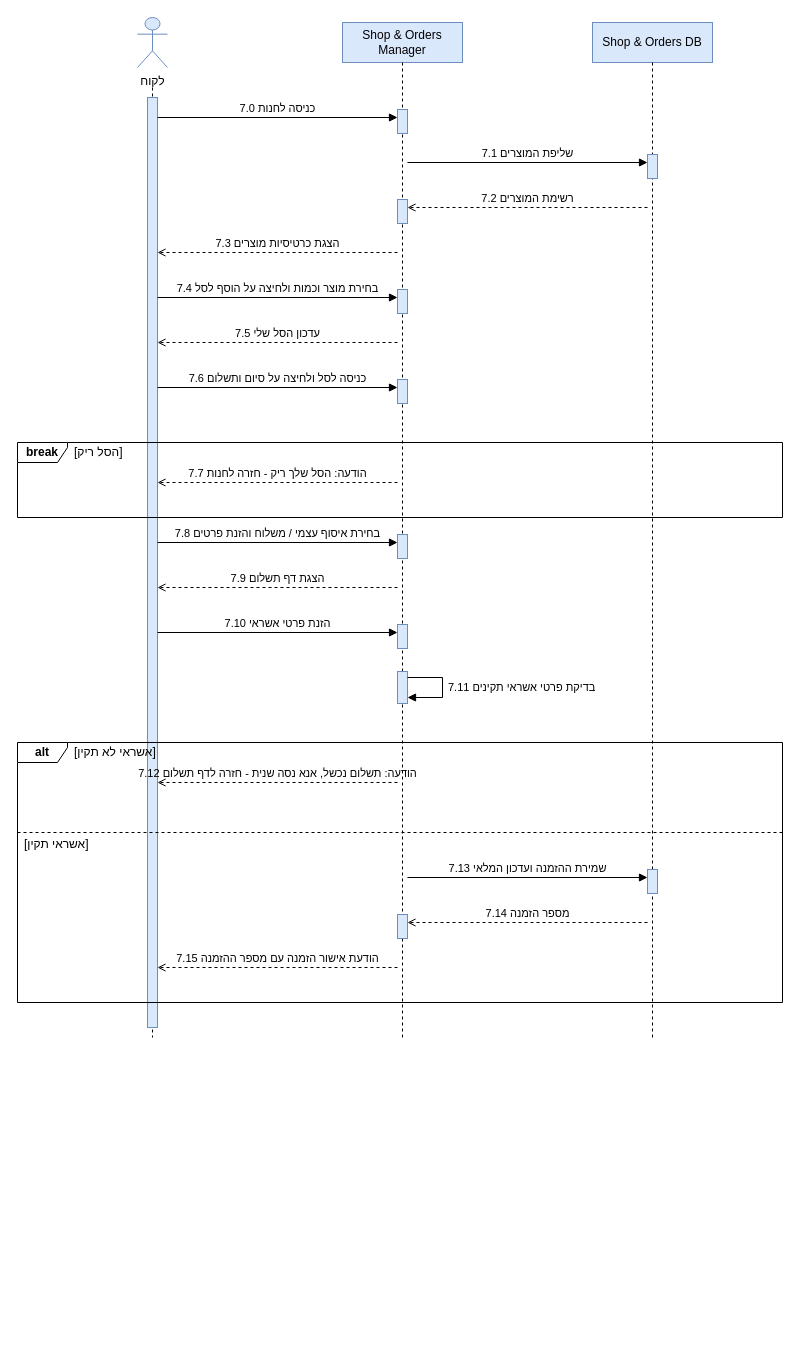
Earlier version of the draw.io diagram diagrams/SEQ-SUC-7.drawio (arielkaplan20/project_Golden_Hair_Salon). Source tidied: cells renumbered, new cells numbered last; positions are measured from the earlier drawing's top-left corner, leaving out a move shared by most shapes. Both pictures are drawn from the tidied source at 100%, with x=0, y=0 at pixel (17, 17).
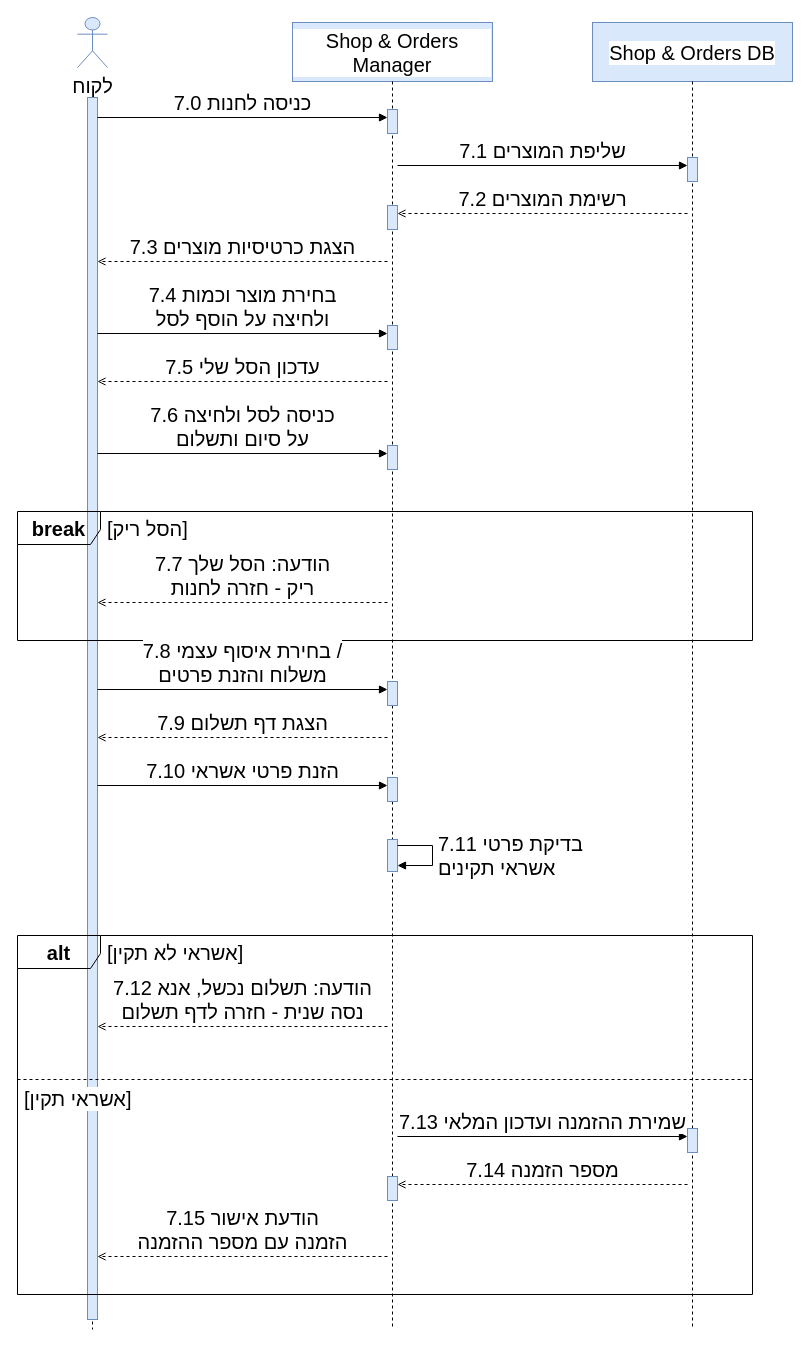
After the change.

Change to the diagram source:
```diff
@@
-    <mxCell id="2" value="לקוח" style="shape=umlActor;verticalLabelPosition=bottom;verticalAlign=top;html=1;fillColor=#dae8fc;strokeColor=#6c8ebf;" parent="1" vertex="1">
-      <mxGeometry x="120" width="30" height="50" as="geometry" />
+    <mxCell id="2" value="לקוח" style="shape=umlActor;verticalLabelPosition=bottom;verticalAlign=top;html=1;fillColor=#dae8fc;strokeColor=#6c8ebf;fontSize=20;labelBackgroundColor=#ffffff;" parent="1" vertex="1">
+      <mxGeometry x="60" width="30" height="50" as="geometry" />
     </mxCell>
-    <mxCell id="3" value="Shop &amp;amp; Orders Manager" style="rounded=0;whiteSpace=wrap;html=1;fillColor=#dae8fc;strokeColor=#6c8ebf;" parent="1" vertex="1">
-      <mxGeometry x="325" y="5" width="120" height="40" as="geometry" />
+    <mxCell id="3" value="Shop &amp;amp; Orders Manager" style="rounded=0;whiteSpace=wrap;html=1;fillColor=#dae8fc;strokeColor=#6c8ebf;fontSize=20;labelBackgroundColor=#ffffff;" parent="1" vertex="1">
+      <mxGeometry x="275" y="5" width="200" height="59" as="geometry" />
     </mxCell>
-    <mxCell id="4" value="Shop &amp;amp; Orders DB" style="rounded=0;whiteSpace=wrap;html=1;fillColor=#dae8fc;strokeColor=#6c8ebf;" parent="1" vertex="1">
-      <mxGeometry x="575" y="5" width="120" height="40" as="geometry" />
+    <mxCell id="4" value="Shop &amp;amp; Orders DB" style="rounded=0;whiteSpace=wrap;html=1;fillColor=#dae8fc;strokeColor=#6c8ebf;fontSize=20;labelBackgroundColor=#ffffff;" parent="1" vertex="1">
+      <mxGeometry x="575" y="5" width="200" height="59" as="geometry" />
     </mxCell>
     <mxCell id="5" style="endArrow=none;html=1;dashed=1;strokeColor=#000000;" parent="1" edge="1">
       <mxGeometry relative="1" as="geometry">
-        <mxPoint x="135" y="70" as="sourcePoint" />
-        <mxPoint x="135" y="1020" as="targetPoint" />
+        <mxPoint x="75" y="80" as="sourcePoint" />
+        <mxPoint x="75" y="1312" as="targetPoint" />
       </mxGeometry>
     </mxCell>
     <mxCell id="6" style="rounded=0;html=1;fillColor=#dae8fc;strokeColor=#6c8ebf;" parent="1" vertex="1">
-      <mxGeometry x="130" y="80" width="10" height="930" as="geometry" />
+      <mxGeometry x="70" y="80" width="10" height="1222" as="geometry" />
     </mxCell>
     <mxCell id="7" style="endArrow=none;html=1;dashed=1;strokeColor=#000000;" parent="1" edge="1">
       <mxGeometry relative="1" as="geometry">
-        <mxPoint x="385" y="45" as="sourcePoint" />
-        <mxPoint x="385" y="1020" as="targetPoint" />
+        <mxPoint x="375" y="64" as="sourcePoint" />
+        <mxPoint x="375" y="1312" as="targetPoint" />
       </mxGeometry>
     </mxCell>
     <mxCell id="8" style="endArrow=none;html=1;dashed=1;strokeColor=#000000;" parent="1" edge="1">
       <mxGeometry relative="1" as="geometry">
-        <mxPoint x="635" y="45" as="sourcePoint" />
-        <mxPoint x="635" y="1020" as="targetPoint" />
+        <mxPoint x="675" y="64" as="sourcePoint" />
+        <mxPoint x="675" y="1312" as="targetPoint" />
       </mxGeometry>
     </mxCell>
     <mxCell id="9" style="rounded=0;html=1;fillColor=#dae8fc;strokeColor=#6c8ebf;" parent="1" vertex="1">
-      <mxGeometry x="380" y="92" width="10" height="24" as="geometry" />
+      <mxGeometry x="370" y="92" width="10" height="24" as="geometry" />
     </mxCell>
     <mxCell id="10" style="rounded=0;html=1;fillColor=#dae8fc;strokeColor=#6c8ebf;" parent="1" vertex="1">
-      <mxGeometry x="630" y="137" width="10" height="24" as="geometry" />
+      <mxGeometry x="670" y="140" width="10" height="24" as="geometry" />
     </mxCell>
     <mxCell id="11" style="rounded=0;html=1;fillColor=#dae8fc;strokeColor=#6c8ebf;" parent="1" vertex="1">
-      <mxGeometry x="380" y="182" width="10" height="24" as="geometry" />
+      <mxGeometry x="370" y="188" width="10" height="24" as="geometry" />
     </mxCell>
     <mxCell id="12" style="rounded=0;html=1;fillColor=#dae8fc;strokeColor=#6c8ebf;" parent="1" vertex="1">
-      <mxGeometry x="380" y="272" width="10" height="24" as="geometry" />
+      <mxGeometry x="370" y="308" width="10" height="24" as="geometry" />
     </mxCell>
     <mxCell id="13" style="rounded=0;html=1;fillColor=#dae8fc;strokeColor=#6c8ebf;" parent="1" vertex="1">
-      <mxGeometry x="380" y="362" width="10" height="24" as="geometry" />
+      <mxGeometry x="370" y="428" width="10" height="24" as="geometry" />
     </mxCell>
     <mxCell id="14" style="rounded=0;html=1;fillColor=#dae8fc;strokeColor=#6c8ebf;" parent="1" vertex="1">
-      <mxGeometry x="380" y="517" width="10" height="24" as="geometry" />
+      <mxGeometry x="370" y="664" width="10" height="24" as="geometry" />
     </mxCell>
     <mxCell id="15" style="rounded=0;html=1;fillColor=#dae8fc;strokeColor=#6c8ebf;" parent="1" vertex="1">
-      <mxGeometry x="380" y="607" width="10" height="24" as="geometry" />
+      <mxGeometry x="370" y="760" width="10" height="24" as="geometry" />
     </mxCell>
     <mxCell id="16" style="rounded=0;html=1;fillColor=#dae8fc;strokeColor=#6c8ebf;" parent="1" vertex="1">
-      <mxGeometry x="380" y="654" width="10" height="32" as="geometry" />
+      <mxGeometry x="370" y="822" width="10" height="32" as="geometry" />
     </mxCell>
     <mxCell id="17" style="rounded=0;html=1;fillColor=#dae8fc;strokeColor=#6c8ebf;" parent="1" vertex="1">
-      <mxGeometry x="630" y="852" width="10" height="24" as="geometry" />
+      <mxGeometry x="670" y="1111" width="10" height="24" as="geometry" />
     </mxCell>
     <mxCell id="18" style="rounded=0;html=1;fillColor=#dae8fc;strokeColor=#6c8ebf;" parent="1" vertex="1">
-      <mxGeometry x="380" y="897" width="10" height="24" as="geometry" />
+      <mxGeometry x="370" y="1159" width="10" height="24" as="geometry" />
     </mxCell>
-    <mxCell id="19" value="&lt;b&gt;break&lt;/b&gt;" style="shape=umlFrame;whiteSpace=wrap;html=1;width=50;height=20;fillColor=none;" parent="1" vertex="1">
-      <mxGeometry y="425" width="765" height="75" as="geometry" />
+    <mxCell id="19" value="&lt;b&gt;break&lt;/b&gt;" style="shape=umlFrame;whiteSpace=wrap;html=1;width=83;height=33;fillColor=none;fontSize=20;labelBackgroundColor=#ffffff;" parent="1" vertex="1">
+      <mxGeometry y="494" width="735" height="129" as="geometry" />
     </mxCell>
-    <mxCell id="20" value="[הסל ריק]" style="text;html=1;align=left;verticalAlign=middle;whiteSpace=nowrap;fillColor=none;strokeColor=none;" parent="1" vertex="1">
-      <mxGeometry x="55" y="425" width="300" height="20" as="geometry" />
+    <mxCell id="20" value="&lt;span style='background:#ffffff'&gt;[הסל ריק]&lt;/span&gt;" style="text;html=1;align=left;verticalAlign=middle;whiteSpace=nowrap;fillColor=none;strokeColor=none;fontSize=20;labelBackgroundColor=#ffffff;" parent="1" vertex="1">
+      <mxGeometry x="88" y="494" width="400" height="33" as="geometry" />
     </mxCell>
-    <mxCell id="21" value="&lt;b&gt;alt&lt;/b&gt;" style="shape=umlFrame;whiteSpace=wrap;html=1;width=50;height=20;fillColor=none;" parent="1" vertex="1">
-      <mxGeometry y="725" width="765" height="260" as="geometry" />
+    <mxCell id="21" value="&lt;b&gt;alt&lt;/b&gt;" style="shape=umlFrame;whiteSpace=wrap;html=1;width=83;height=33;fillColor=none;fontSize=20;labelBackgroundColor=#ffffff;" parent="1" vertex="1">
+      <mxGeometry y="918" width="735" height="359" as="geometry" />
     </mxCell>
-    <mxCell id="22" value="[אשראי לא תקין]" style="text;html=1;align=left;verticalAlign=middle;whiteSpace=nowrap;fillColor=none;strokeColor=none;" parent="1" vertex="1">
-      <mxGeometry x="55" y="725" width="300" height="20" as="geometry" />
+    <mxCell id="22" value="&lt;span style='background:#ffffff'&gt;[אשראי לא תקין]&lt;/span&gt;" style="text;html=1;align=left;verticalAlign=middle;whiteSpace=nowrap;fillColor=none;strokeColor=none;fontSize=20;labelBackgroundColor=#ffffff;" parent="1" vertex="1">
+      <mxGeometry x="88" y="918" width="400" height="33" as="geometry" />
     </mxCell>
     <mxCell id="23" style="endArrow=none;html=1;dashed=1;" parent="1" edge="1">
       <mxGeometry relative="1" as="geometry">
-        <mxPoint y="815" as="sourcePoint" />
-        <mxPoint x="765" y="815" as="targetPoint" />
+        <mxPoint y="1062" as="sourcePoint" />
+        <mxPoint x="735" y="1062" as="targetPoint" />
       </mxGeometry>
     </mxCell>
-    <mxCell id="24" value="[אשראי תקין]" style="text;html=1;align=left;verticalAlign=middle;whiteSpace=nowrap;fillColor=none;strokeColor=none;" parent="1" vertex="1">
-      <mxGeometry x="5" y="817" width="300" height="20" as="geometry" />
+    <mxCell id="24" value="&lt;span style='background:#ffffff'&gt;[אשראי תקין]&lt;/span&gt;" style="text;html=1;align=left;verticalAlign=middle;whiteSpace=nowrap;fillColor=none;strokeColor=none;fontSize=20;labelBackgroundColor=#ffffff;" parent="1" vertex="1">
+      <mxGeometry x="5" y="1064" width="400" height="33" as="geometry" />
     </mxCell>
-    <mxCell id="25" value="7.0 כניסה לחנות" style="endArrow=block;endFill=1;html=1;rounded=0;verticalAlign=bottom;labelBackgroundColor=none;" parent="1" edge="1">
+    <mxCell id="25" value="7.0 כניסה לחנות" style="endArrow=block;endFill=1;html=1;rounded=0;verticalAlign=bottom;labelBackgroundColor=none;fontSize=20;labelBackgroundColor=#ffffff;" parent="1" edge="1">
       <mxGeometry relative="1" as="geometry">
-        <mxPoint x="140" y="100" as="sourcePoint" />
-        <mxPoint x="380" y="100" as="targetPoint" />
+        <mxPoint x="80" y="100" as="sourcePoint" />
+        <mxPoint x="370" y="100" as="targetPoint" />
       </mxGeometry>
     </mxCell>
-    <mxCell id="26" value="7.1 שליפת המוצרים" style="endArrow=block;endFill=1;html=1;rounded=0;verticalAlign=bottom;labelBackgroundColor=none;" parent="1" edge="1">
+    <mxCell id="26" value="7.1 שליפת המוצרים" style="endArrow=block;endFill=1;html=1;rounded=0;verticalAlign=bottom;labelBackgroundColor=none;fontSize=20;labelBackgroundColor=#ffffff;" parent="1" edge="1">
       <mxGeometry relative="1" as="geometry">
-        <mxPoint x="390" y="145" as="sourcePoint" />
-        <mxPoint x="630" y="145" as="targetPoint" />
+        <mxPoint x="380" y="148" as="sourcePoint" />
+        <mxPoint x="670" y="148" as="targetPoint" />
       </mxGeometry>
     </mxCell>
-    <mxCell id="27" value="7.2 רשימת המוצרים" style="endArrow=open;endFill=0;html=1;rounded=0;dashed=1;verticalAlign=bottom;labelBackgroundColor=none;" parent="1" edge="1">
+    <mxCell id="27" value="7.2 רשימת המוצרים" style="endArrow=open;endFill=0;html=1;rounded=0;dashed=1;verticalAlign=bottom;labelBackgroundColor=none;fontSize=20;labelBackgroundColor=#ffffff;" parent="1" edge="1">
       <mxGeometry relative="1" as="geometry">
-        <mxPoint x="630" y="190" as="sourcePoint" />
-        <mxPoint x="390" y="190" as="targetPoint" />
+        <mxPoint x="670" y="196" as="sourcePoint" />
+        <mxPoint x="380" y="196" as="targetPoint" />
       </mxGeometry>
     </mxCell>
-    <mxCell id="28" value="7.3 הצגת כרטיסיות מוצרים" style="endArrow=open;endFill=0;html=1;rounded=0;dashed=1;verticalAlign=bottom;labelBackgroundColor=none;" parent="1" edge="1">
+    <mxCell id="28" value="7.3 הצגת כרטיסיות מוצרים" style="endArrow=open;endFill=0;html=1;rounded=0;dashed=1;verticalAlign=bottom;labelBackgroundColor=none;fontSize=20;labelBackgroundColor=#ffffff;" parent="1" edge="1">
       <mxGeometry relative="1" as="geometry">
-        <mxPoint x="380" y="235" as="sourcePoint" />
-        <mxPoint x="140" y="235" as="targetPoint" />
+        <mxPoint x="370" y="244" as="sourcePoint" />
+        <mxPoint x="80" y="244" as="targetPoint" />
       </mxGeometry>
     </mxCell>
-    <mxCell id="29" value="7.4 בחירת מוצר וכמות ולחיצה על הוסף לסל" style="endArrow=block;endFill=1;html=1;rounded=0;verticalAlign=bottom;labelBackgroundColor=none;" parent="1" edge="1">
+    <mxCell id="29" value="7.4 בחירת מוצר וכמות&lt;br&gt;ולחיצה על הוסף לסל" style="endArrow=block;endFill=1;html=1;rounded=0;verticalAlign=bottom;labelBackgroundColor=none;fontSize=20;labelBackgroundColor=#ffffff;" parent="1" edge="1">
       <mxGeometry relative="1" as="geometry">
-        <mxPoint x="140" y="280" as="sourcePoint" />
-        <mxPoint x="380" y="280" as="targetPoint" />
+        <mxPoint x="80" y="316" as="sourcePoint" />
+        <mxPoint x="370" y="316" as="targetPoint" />
       </mxGeometry>
     </mxCell>
-    <mxCell id="30" value="7.5 עדכון הסל שלי" style="endArrow=open;endFill=0;html=1;rounded=0;dashed=1;verticalAlign=bottom;labelBackgroundColor=none;" parent="1" edge="1">
+    <mxCell id="30" value="7.5 עדכון הסל שלי" style="endArrow=open;endFill=0;html=1;rounded=0;dashed=1;verticalAlign=bottom;labelBackgroundColor=none;fontSize=20;labelBackgroundColor=#ffffff;" parent="1" edge="1">
       <mxGeometry relative="1" as="geometry">
-        <mxPoint x="380" y="325" as="sourcePoint" />
-        <mxPoint x="140" y="325" as="targetPoint" />
+        <mxPoint x="370" y="364" as="sourcePoint" />
+        <mxPoint x="80" y="364" as="targetPoint" />
       </mxGeometry>
     </mxCell>
-    <mxCell id="31" value="7.6 כניסה לסל ולחיצה על סיום ותשלום" style="endArrow=block;endFill=1;html=1;rounded=0;verticalAlign=bottom;labelBackgroundColor=none;" parent="1" edge="1">
+    <mxCell id="31" value="7.6 כניסה לסל ולחיצה&lt;br&gt;על סיום ותשלום" style="endArrow=block;endFill=1;html=1;rounded=0;verticalAlign=bottom;labelBackgroundColor=none;fontSize=20;labelBackgroundColor=#ffffff;" parent="1" edge="1">
       <mxGeometry relative="1" as="geometry">
-        <mxPoint x="140" y="370" as="sourcePoint" />
-        <mxPoint x="380" y="370" as="targetPoint" />
+        <mxPoint x="80" y="436" as="sourcePoint" />
+        <mxPoint x="370" y="436" as="targetPoint" />
       </mxGeometry>
     </mxCell>
-    <mxCell id="32" value="7.7 הודעה: הסל שלך ריק - חזרה לחנות" style="endArrow=open;endFill=0;html=1;rounded=0;dashed=1;verticalAlign=bottom;labelBackgroundColor=none;" parent="1" edge="1">
+    <mxCell id="32" value="7.7 הודעה: הסל שלך&lt;br&gt;ריק - חזרה לחנות" style="endArrow=open;endFill=0;html=1;rounded=0;dashed=1;verticalAlign=bottom;labelBackgroundColor=none;fontSize=20;labelBackgroundColor=#ffffff;" parent="1" edge="1">
       <mxGeometry relative="1" as="geometry">
-        <mxPoint x="380" y="465" as="sourcePoint" />
-        <mxPoint x="140" y="465" as="targetPoint" />
+        <mxPoint x="370" y="585" as="sourcePoint" />
+        <mxPoint x="80" y="585" as="targetPoint" />
       </mxGeometry>
     </mxCell>
-    <mxCell id="33" value="7.8 בחירת איסוף עצמי / משלוח והזנת פרטים" style="endArrow=block;endFill=1;html=1;rounded=0;verticalAlign=bottom;labelBackgroundColor=none;" parent="1" edge="1">
+    <mxCell id="33" value="7.8 בחירת איסוף עצמי /&lt;br&gt;משלוח והזנת פרטים" style="endArrow=block;endFill=1;html=1;rounded=0;verticalAlign=bottom;labelBackgroundColor=none;fontSize=20;labelBackgroundColor=#ffffff;" parent="1" edge="1">
       <mxGeometry relative="1" as="geometry">
-        <mxPoint x="140" y="525" as="sourcePoint" />
-        <mxPoint x="380" y="525" as="targetPoint" />
+        <mxPoint x="80" y="672" as="sourcePoint" />
+        <mxPoint x="370" y="672" as="targetPoint" />
       </mxGeometry>
     </mxCell>
-    <mxCell id="34" value="7.9 הצגת דף תשלום" style="endArrow=open;endFill=0;html=1;rounded=0;dashed=1;verticalAlign=bottom;labelBackgroundColor=none;" parent="1" edge="1">
+    <mxCell id="34" value="7.9 הצגת דף תשלום" style="endArrow=open;endFill=0;html=1;rounded=0;dashed=1;verticalAlign=bottom;labelBackgroundColor=none;fontSize=20;labelBackgroundColor=#ffffff;" parent="1" edge="1">
       <mxGeometry relative="1" as="geometry">
-        <mxPoint x="380" y="570" as="sourcePoint" />
-        <mxPoint x="140" y="570" as="targetPoint" />
+        <mxPoint x="370" y="720" as="sourcePoint" />
+        <mxPoint x="80" y="720" as="targetPoint" />
       </mxGeometry>
     </mxCell>
-    <mxCell id="35" value="7.10 הזנת פרטי אשראי" style="endArrow=block;endFill=1;html=1;rounded=0;verticalAlign=bottom;labelBackgroundColor=none;" parent="1" edge="1">
+    <mxCell id="35" value="7.10 הזנת פרטי אשראי" style="endArrow=block;endFill=1;html=1;rounded=0;verticalAlign=bottom;labelBackgroundColor=none;fontSize=20;labelBackgroundColor=#ffffff;" parent="1" edge="1">
       <mxGeometry relative="1" as="geometry">
-        <mxPoint x="140" y="615" as="sourcePoint" />
-        <mxPoint x="380" y="615" as="targetPoint" />
+        <mxPoint x="80" y="768" as="sourcePoint" />
+        <mxPoint x="370" y="768" as="targetPoint" />
       </mxGeometry>
     </mxCell>
-    <mxCell id="36" value="7.11 בדיקת פרטי אשראי תקינים" style="endArrow=block;endFill=1;html=1;rounded=0;align=left;spacingLeft=4;labelBackgroundColor=none;" parent="1" edge="1">
+    <mxCell id="36" value="7.11 בדיקת פרטי&lt;br&gt;אשראי תקינים" style="endArrow=block;endFill=1;html=1;rounded=0;align=left;spacingLeft=4;labelBackgroundColor=none;fontSize=20;labelBackgroundColor=#ffffff;" parent="1" edge="1">
       <mxGeometry relative="1" as="geometry">
-        <mxPoint x="390" y="660" as="sourcePoint" />
-        <mxPoint x="390" y="680" as="targetPoint" />
+        <mxPoint x="380" y="828" as="sourcePoint" />
+        <mxPoint x="380" y="848" as="targetPoint" />
         <Array as="points">
-          <mxPoint x="425" y="660" />
-          <mxPoint x="425" y="680" />
+          <mxPoint x="415" y="828" />
+          <mxPoint x="415" y="848" />
         </Array>
       </mxGeometry>
     </mxCell>
-    <mxCell id="37" value="7.12 הודעה: תשלום נכשל, אנא נסה שנית - חזרה לדף תשלום" style="endArrow=open;endFill=0;html=1;rounded=0;dashed=1;verticalAlign=bottom;labelBackgroundColor=none;" parent="1" edge="1">
+    <mxCell id="37" value="7.12 הודעה: תשלום נכשל, אנא&lt;br&gt;נסה שנית - חזרה לדף תשלום" style="endArrow=open;endFill=0;html=1;rounded=0;dashed=1;verticalAlign=bottom;labelBackgroundColor=none;fontSize=20;labelBackgroundColor=#ffffff;" parent="1" edge="1">
       <mxGeometry relative="1" as="geometry">
-        <mxPoint x="380" y="765" as="sourcePoint" />
-        <mxPoint x="140" y="765" as="targetPoint" />
+        <mxPoint x="370" y="1009" as="sourcePoint" />
+        <mxPoint x="80" y="1009" as="targetPoint" />
       </mxGeometry>
     </mxCell>
-    <mxCell id="38" value="7.13 שמירת ההזמנה ועדכון המלאי" style="endArrow=block;endFill=1;html=1;rounded=0;verticalAlign=bottom;labelBackgroundColor=none;" parent="1" edge="1">
+    <mxCell id="38" value="7.13 שמירת ההזמנה ועדכון המלאי" style="endArrow=block;endFill=1;html=1;rounded=0;verticalAlign=bottom;labelBackgroundColor=none;fontSize=20;labelBackgroundColor=#ffffff;" parent="1" edge="1">
       <mxGeometry relative="1" as="geometry">
-        <mxPoint x="390" y="860" as="sourcePoint" />
-        <mxPoint x="630" y="860" as="targetPoint" />
+        <mxPoint x="380" y="1119" as="sourcePoint" />
+        <mxPoint x="670" y="1119" as="targetPoint" />
       </mxGeometry>
     </mxCell>
-    <mxCell id="39" value="7.14 מספר הזמנה" style="endArrow=open;endFill=0;html=1;rounded=0;dashed=1;verticalAlign=bottom;labelBackgroundColor=none;" parent="1" edge="1">
+    <mxCell id="39" value="7.14 מספר הזמנה" style="endArrow=open;endFill=0;html=1;rounded=0;dashed=1;verticalAlign=bottom;labelBackgroundColor=none;fontSize=20;labelBackgroundColor=#ffffff;" parent="1" edge="1">
       <mxGeometry relative="1" as="geometry">
-        <mxPoint x="630" y="905" as="sourcePoint" />
-        <mxPoint x="390" y="905" as="targetPoint" />
+        <mxPoint x="670" y="1167" as="sourcePoint" />
+        <mxPoint x="380" y="1167" as="targetPoint" />
       </mxGeometry>
     </mxCell>
-    <mxCell id="40" value="7.15 הודעת אישור הזמנה עם מספר ההזמנה" style="endArrow=open;endFill=0;html=1;rounded=0;dashed=1;verticalAlign=bottom;labelBackgroundColor=none;" parent="1" edge="1">
+    <mxCell id="40" value="7.15 הודעת אישור&lt;br&gt;הזמנה עם מספר ההזמנה" style="endArrow=open;endFill=0;html=1;rounded=0;dashed=1;verticalAlign=bottom;labelBackgroundColor=none;fontSize=20;labelBackgroundColor=#ffffff;" parent="1" edge="1">
       <mxGeometry relative="1" as="geometry">
-        <mxPoint x="380" y="950" as="sourcePoint" />
-        <mxPoint x="140" y="950" as="targetPoint" />
+        <mxPoint x="370" y="1239" as="sourcePoint" />
+        <mxPoint x="80" y="1239" as="targetPoint" />
       </mxGeometry>
     </mxCell>
```
